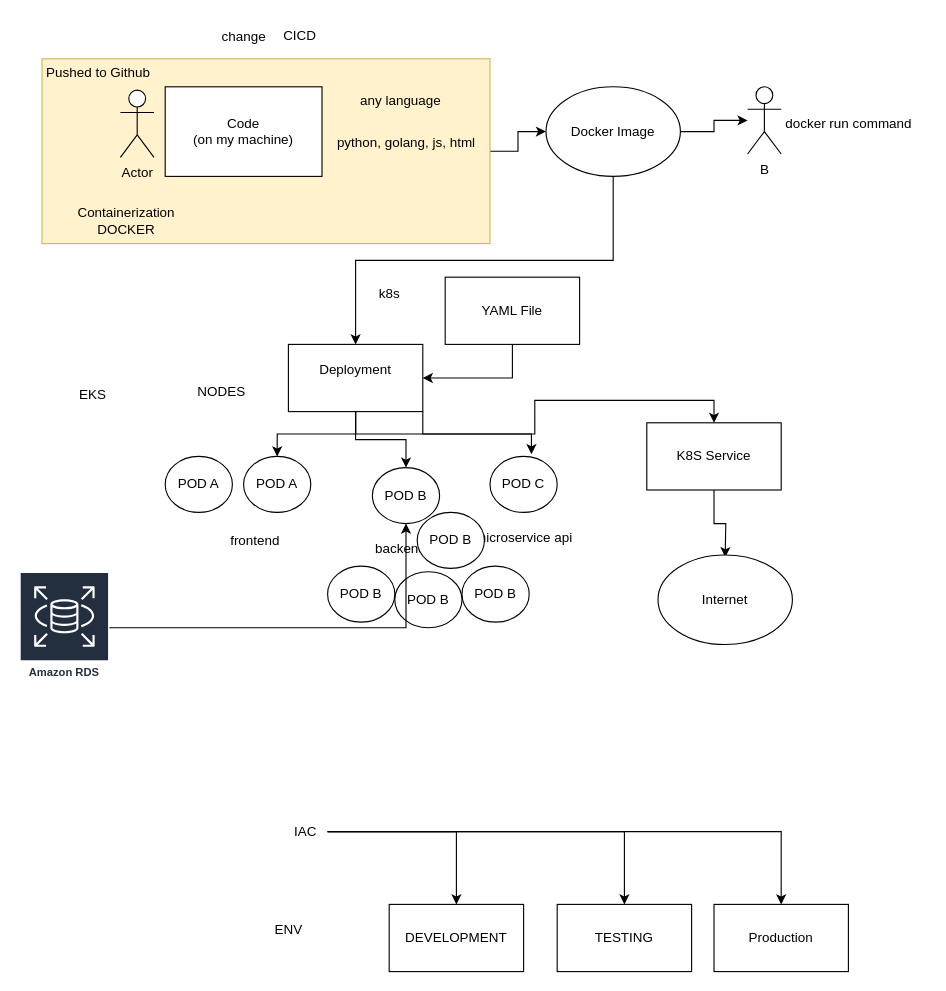
This is AWS/Untitled Diagram.drawio from AniketKharpatil/DevOps-Journey, a draw.io file, before an edit. Source tidied: cells renumbered, new cells numbered last; positions are measured from the earlier drawing's top-left corner, leaving out a move shared by most shapes. Both pictures are drawn from the tidied source at 112%, with x=0, y=0 at pixel (19, 19).
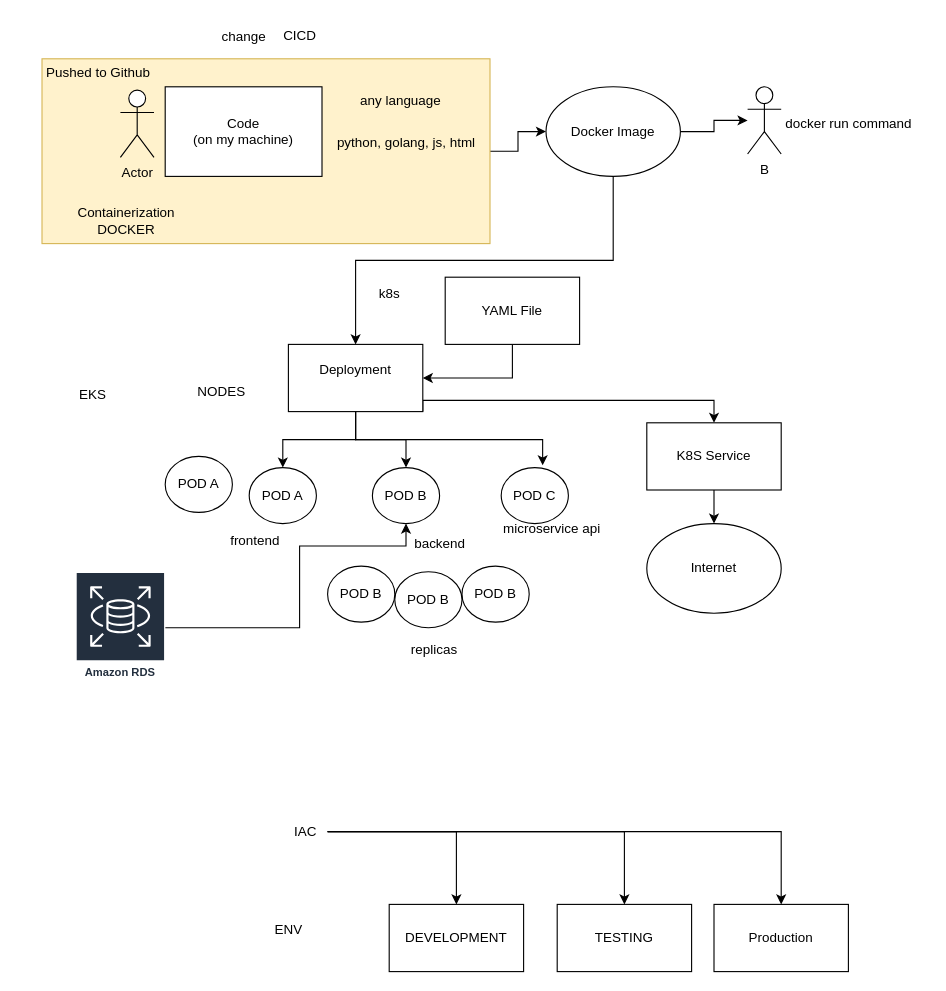
The same diagram, later.

Unchanged cells that the change refers to:
```xml
<mxCell id="10" value="&lt;div&gt;Deployment&lt;/div&gt;&lt;div&gt;&lt;br&gt;&lt;/div&gt;" style="rounded=0;whiteSpace=wrap;html=1;" parent="1" vertex="1">
  <mxGeometry x="240" y="290" width="120" height="60" as="geometry" />
</mxCell>
<mxCell id="22" value="POD B" style="ellipse;whiteSpace=wrap;html=1;" parent="1" vertex="1">
  <mxGeometry x="315" y="400" width="60" height="50" as="geometry" />
</mxCell>
<mxCell id="33" value="K8S Service" style="rounded=0;whiteSpace=wrap;html=1;" parent="1" vertex="1">
  <mxGeometry x="560" y="360" width="120" height="60" as="geometry" />
</mxCell>
```

What changed in the source:
```diff
@@
     <mxCell id="9" style="edgeStyle=orthogonalEdgeStyle;rounded=0;jettySize=auto;html=1;exitX=1;exitY=1;exitDx=0;exitDy=0;entryX=0.5;entryY=0;entryDx=0;entryDy=0;" parent="1" edge="1" source="10" target="33">
-      <mxGeometry relative="1" as="geometry" />
+      <mxGeometry relative="1" as="geometry">
+        <Array as="points">
+          <mxPoint x="360" y="340" />
+          <mxPoint x="620" y="340" />
+        </Array>
+      </mxGeometry>
     </mxCell>
@@
     <mxCell id="21" value="POD A" style="ellipse;whiteSpace=wrap;html=1;" parent="1" vertex="1">
-      <mxGeometry x="200" y="390" width="60" height="50" as="geometry" />
+      <mxGeometry x="205" y="400" width="60" height="50" as="geometry" />
     </mxCell>
@@
     <mxCell id="23" value="POD C" style="ellipse;whiteSpace=wrap;html=1;" parent="1" vertex="1">
-      <mxGeometry x="420" y="390" width="60" height="50" as="geometry" />
+      <mxGeometry x="430" y="400" width="60" height="50" as="geometry" />
     </mxCell>
@@
     <mxCell id="26" value="backend" style="text;html=1;align=center;verticalAlign=middle;strokeColor=none;fillColor=none;" parent="1" vertex="1">
-      <mxGeometry x="305" y="458" width="70" height="30" as="geometry" />
+      <mxGeometry x="340" y="453" width="70" height="30" as="geometry" />
     </mxCell>
     <mxCell id="27" value="microservice api" style="text;html=1;align=center;verticalAlign=middle;strokeColor=none;fillColor=none;" parent="1" vertex="1">
-      <mxGeometry x="395" y="448" width="110" height="30" as="geometry" />
+      <mxGeometry x="420" y="440" width="110" height="30" as="geometry" />
     </mxCell>
@@
-    <mxCell id="32" style="edgeStyle=orthogonalEdgeStyle;rounded=0;jettySize=auto;html=1;exitX=0.5;exitY=1;exitDx=0;exitDy=0;" parent="1" edge="1" source="33">
-      <mxGeometry relative="1" as="geometry">
-        <mxPoint x="630" y="480" as="targetPoint" />
-      </mxGeometry>
-    </mxCell>
+    <mxCell id="51" style="edgeStyle=orthogonalEdgeStyle;rounded=0;jettySize=auto;html=1;exitX=0.5;exitY=1;exitDx=0;exitDy=0;" parent="1" edge="1" source="33" target="34">
+      <mxGeometry relative="1" as="geometry" />
+    </mxCell>
@@
     <mxCell id="34" value="Internet" style="ellipse;whiteSpace=wrap;html=1;" parent="1" vertex="1">
-      <mxGeometry x="570" y="478" width="120" height="80" as="geometry" />
+      <mxGeometry x="560" y="450" width="120" height="80" as="geometry" />
     </mxCell>
@@
     <mxCell id="40" style="edgeStyle=orthogonalEdgeStyle;rounded=0;jettySize=auto;html=1;entryX=0.5;entryY=1;entryDx=0;entryDy=0;" parent="1" edge="1" source="41" target="22">
-      <mxGeometry relative="1" as="geometry" />
+      <mxGeometry relative="1" as="geometry">
+        <Array as="points">
+          <mxPoint x="250" y="543" />
+          <mxPoint x="250" y="470" />
+          <mxPoint x="345" y="470" />
+        </Array>
+      </mxGeometry>
     </mxCell>
     <mxCell id="41" value="Amazon RDS" style="sketch=0;outlineConnect=0;fontColor=#232F3E;gradientColor=none;strokeColor=#ffffff;fillColor=#232F3E;dashed=0;verticalLabelPosition=middle;verticalAlign=bottom;align=center;html=1;whiteSpace=wrap;fontSize=10;fontStyle=1;spacing=3;shape=mxgraph.aws4.productIcon;prIcon=mxgraph.aws4.rds;" parent="1" vertex="1">
-      <mxGeometry y="493" width="80" height="100" as="geometry" />
+      <mxGeometry x="50" y="493" width="80" height="100" as="geometry" />
     </mxCell>
@@
-    <mxCell id="44" value="POD B" style="ellipse;whiteSpace=wrap;html=1;" parent="1" vertex="1">
-      <mxGeometry x="355" y="440" width="60" height="50" as="geometry" />
-    </mxCell>
@@
+    <mxCell id="52" value="replicas" style="text;html=1;align=center;verticalAlign=middle;strokeColor=none;fillColor=none;" parent="1" vertex="1">
+      <mxGeometry x="340" y="548" width="60" height="30" as="geometry" />
+    </mxCell>
```
